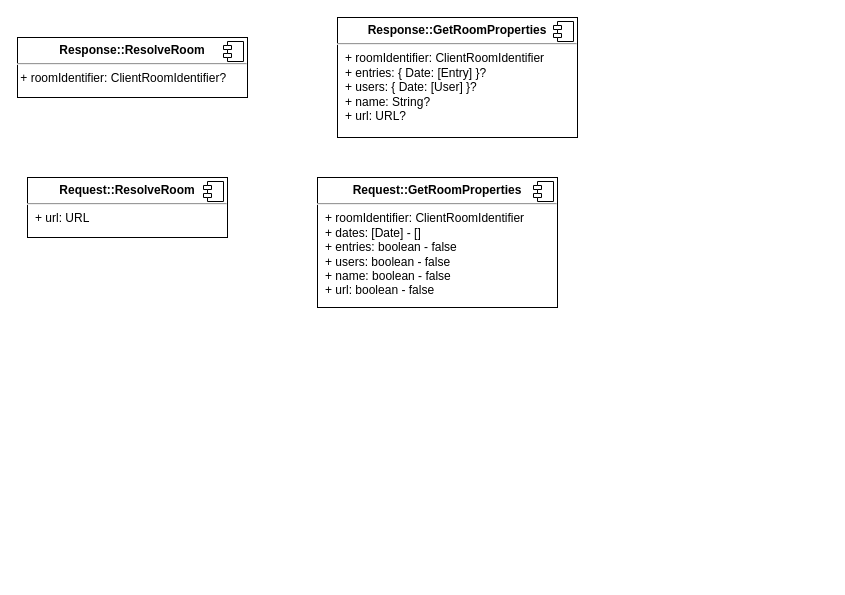
Earlier version of the draw.io diagram room-protocol.drawio (felixnaredi/situps.space). Source tidied: cells renumbered, new cells numbered last; positions are measured from the earlier drawing's top-left corner, leaving out a move shared by most shapes. Both pictures are drawn from the tidied source at 100%, with x=0, y=0 at pixel (17, 17).
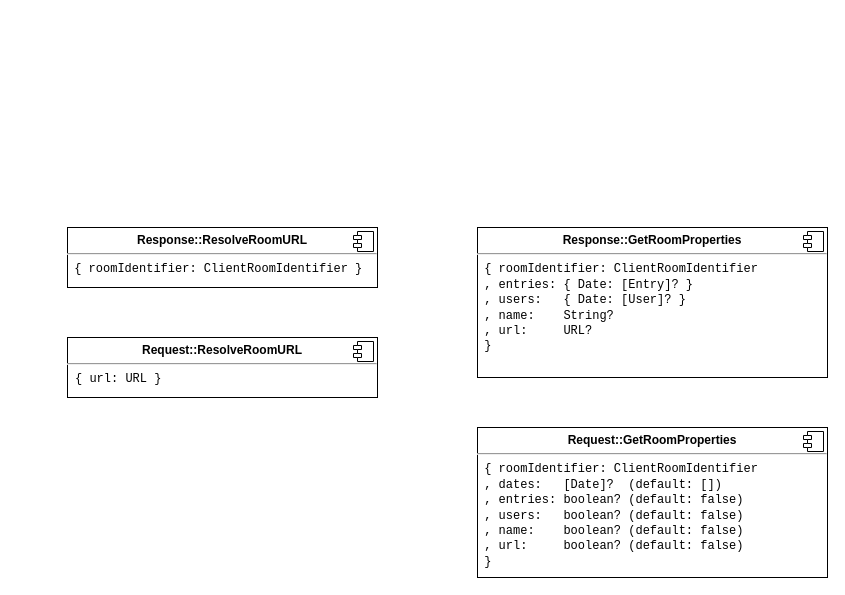
After the change.

What changed in the source:
```diff
@@
 <mxGraphModel>
   <root>
     <mxCell id="0" />
     <mxCell id="1" parent="0" />
-    <mxCell id="2" value="&lt;p style=&quot;margin:0px;margin-top:6px;text-align:center;&quot;&gt;&lt;b&gt;Request::GetRoomProperties&lt;/b&gt;&lt;br&gt;&lt;/p&gt;&lt;hr&gt;&lt;p style=&quot;margin:0px;margin-left:8px;&quot;&gt;+ roomIdentifier: ClientRoomIdentifier&lt;/p&gt;&lt;p style=&quot;margin:0px;margin-left:8px;&quot;&gt;+ dates: [Date] - [] &lt;/p&gt;&lt;p style=&quot;margin:0px;margin-left:8px;&quot;&gt;+ entries: boolean - false&lt;br&gt;&lt;/p&gt;&lt;p style=&quot;margin:0px;margin-left:8px;&quot;&gt;+ users: boolean - false&lt;br&gt;&lt;/p&gt;&lt;p style=&quot;margin:0px;margin-left:8px;&quot;&gt;+ name: boolean - false&lt;br&gt;&lt;/p&gt;&lt;p style=&quot;margin:0px;margin-left:8px;&quot;&gt;+ url: boolean - false&lt;br&gt;&lt;/p&gt;" style="align=left;overflow=fill;html=1;whiteSpace=wrap;" parent="1" vertex="1">
-      <mxGeometry x="300" y="160" width="240" height="130" as="geometry" />
+    <mxCell id="2" value="&lt;p style=&quot;margin:0px;margin-top:6px;text-align:center;&quot;&gt;&lt;b&gt;Request::GetRoomProperties&lt;/b&gt;&lt;br&gt;&lt;/p&gt;&lt;hr&gt;&lt;div&gt;&lt;font face=&quot;Courier New&quot;&gt;&amp;nbsp;{ roomIdentifier: ClientRoomIdentifier&lt;/font&gt;&lt;/div&gt;&lt;div&gt;&lt;font face=&quot;Courier New&quot;&gt;&amp;nbsp;, dates:&amp;nbsp;&amp;nbsp; [Date]?&amp;nbsp; (default: [])&lt;br&gt;&lt;/font&gt;&lt;/div&gt;&lt;div&gt;&lt;font face=&quot;Courier New&quot;&gt;&amp;nbsp;, entries: boolean? (default: false)&lt;br&gt;&lt;/font&gt;&lt;/div&gt;&lt;div&gt;&lt;font face=&quot;Courier New&quot;&gt;&amp;nbsp;, users:&amp;nbsp;&amp;nbsp; boolean? (default: false)&lt;br&gt;&lt;/font&gt;&lt;/div&gt;&lt;div&gt;&lt;font face=&quot;Courier New&quot;&gt;&amp;nbsp;, name:&amp;nbsp;&amp;nbsp;&amp;nbsp; boolean? (default: false)&lt;br&gt;&lt;/font&gt;&lt;/div&gt;&lt;div&gt;&lt;font face=&quot;Courier New&quot;&gt;&amp;nbsp;, url:&amp;nbsp;&amp;nbsp;&amp;nbsp;&amp;nbsp; boolean? (default: false)&lt;br&gt;&lt;/font&gt;&lt;/div&gt;&lt;div&gt;&lt;font face=&quot;Courier New&quot;&gt;&amp;nbsp;}&lt;br&gt;&lt;/font&gt;&lt;/div&gt;" style="align=left;overflow=fill;html=1;whiteSpace=wrap;" parent="1" vertex="1">
+      <mxGeometry x="460" y="410" width="350" height="150" as="geometry" />
     </mxCell>
     <mxCell id="3" style="shape=component;jettyWidth=8;jettyHeight=4;" parent="2" vertex="1">
       <mxGeometry x="1" width="20" height="20" relative="1" as="geometry">
         <mxPoint x="-24" y="4" as="offset" />
       </mxGeometry>
     </mxCell>
-    <mxCell id="4" value="&lt;p style=&quot;margin:0px;margin-top:6px;text-align:center;&quot;&gt;&lt;b&gt;Request::ResolveRoom&lt;/b&gt;&lt;br&gt;&lt;/p&gt;&lt;hr&gt;&lt;p style=&quot;margin:0px;margin-left:8px;&quot;&gt;+ url: URL&lt;br&gt;&lt;/p&gt;" style="align=left;overflow=fill;html=1;whiteSpace=wrap;" parent="1" vertex="1">
-      <mxGeometry x="10" y="160" width="200" height="60" as="geometry" />
+    <mxCell id="4" value="&lt;p style=&quot;margin:0px;margin-top:6px;text-align:center;&quot;&gt;&lt;b&gt;Request::ResolveRoomURL&lt;/b&gt;&lt;br&gt;&lt;/p&gt;&lt;hr&gt;&lt;p style=&quot;margin:0px;margin-left:8px;&quot;&gt;&lt;font face=&quot;Courier New&quot;&gt;{ url: URL }&lt;/font&gt;&lt;br&gt;&lt;/p&gt;" style="align=left;overflow=fill;html=1;whiteSpace=wrap;" parent="1" vertex="1">
+      <mxGeometry x="50" y="320" width="310" height="60" as="geometry" />
     </mxCell>
     <mxCell id="5" style="shape=component;jettyWidth=8;jettyHeight=4;" parent="4" vertex="1">
       <mxGeometry x="1" width="20" height="20" relative="1" as="geometry">
         <mxPoint x="-24" y="4" as="offset" />
       </mxGeometry>
     </mxCell>
-    <mxCell id="6" value="&lt;p style=&quot;margin:0px;margin-top:6px;text-align:center;&quot;&gt;&lt;b&gt;Response::ResolveRoom&lt;/b&gt;&lt;br&gt;&lt;/p&gt;&lt;hr&gt;&amp;nbsp;+ roomIdentifier: ClientRoomIdentifier?" style="align=left;overflow=fill;html=1;whiteSpace=wrap;" parent="1" vertex="1">
-      <mxGeometry y="20" width="230" height="60" as="geometry" />
+    <mxCell id="6" value="&lt;p style=&quot;margin:0px;margin-top:6px;text-align:center;&quot;&gt;&lt;b&gt;Response::ResolveRoomURL&lt;/b&gt;&lt;br&gt;&lt;/p&gt;&lt;hr&gt;&lt;font face=&quot;Courier New&quot;&gt;&amp;nbsp;{ roomIdentifier: ClientRoomIdentifier }&lt;/font&gt;" style="align=left;overflow=fill;html=1;whiteSpace=wrap;" parent="1" vertex="1">
+      <mxGeometry x="50" y="210" width="310" height="60" as="geometry" />
     </mxCell>
     <mxCell id="7" style="shape=component;jettyWidth=8;jettyHeight=4;" parent="6" vertex="1">
       <mxGeometry x="1" width="20" height="20" relative="1" as="geometry">
         <mxPoint x="-24" y="4" as="offset" />
       </mxGeometry>
     </mxCell>
-    <mxCell id="8" value="&lt;p style=&quot;margin:0px;margin-top:6px;text-align:center;&quot;&gt;&lt;b&gt;Response::GetRoomProperties&lt;/b&gt;&lt;br&gt;&lt;/p&gt;&lt;hr&gt;&lt;p style=&quot;margin:0px;margin-left:8px;&quot;&gt;+ roomIdentifier: ClientRoomIdentifier&lt;/p&gt;&lt;p style=&quot;margin:0px;margin-left:8px;&quot;&gt;+ entries: { Date: [Entry] }?&lt;/p&gt;&lt;p style=&quot;margin:0px;margin-left:8px;&quot;&gt;+ users: { Date: [User] }?&lt;/p&gt;&lt;p style=&quot;margin:0px;margin-left:8px;&quot;&gt;+ name: String?&lt;/p&gt;&lt;p style=&quot;margin:0px;margin-left:8px;&quot;&gt;+ url: URL?&lt;br&gt;&lt;/p&gt;" style="align=left;overflow=fill;html=1;whiteSpace=wrap;" parent="1" vertex="1">
-      <mxGeometry x="320" width="240" height="120" as="geometry" />
-    </mxCell>
-    <mxCell id="9" style="shape=component;jettyWidth=8;jettyHeight=4;" parent="8" vertex="1">
-      <mxGeometry x="1" width="20" height="20" relative="1" as="geometry">
-        <mxPoint x="-24" y="4" as="offset" />
-      </mxGeometry>
-    </mxCell>
-    <mxCell id="10" style="edgeStyle=orthogonalEdgeStyle;rounded=0;orthogonalLoop=1;jettySize=auto;html=1;exitX=0.5;exitY=1;exitDx=0;exitDy=0;" parent="1" edge="1" source="8" target="8">
-      <mxGeometry relative="1" as="geometry" />
+    <mxCell id="10" style="edgeStyle=orthogonalEdgeStyle;rounded=0;orthogonalLoop=1;jettySize=auto;html=1;exitX=0.5;exitY=1;exitDx=0;exitDy=0;" parent="1" edge="1">
+      <mxGeometry relative="1" as="geometry">
+        <mxPoint x="650" y="360" as="sourcePoint" />
+        <mxPoint x="650" y="360" as="targetPoint" />
+      </mxGeometry>
     </mxCell>
+    <mxCell id="11" value="&lt;p style=&quot;margin:0px;margin-top:6px;text-align:center;&quot;&gt;&lt;b&gt;Response::GetRoomProperties&lt;/b&gt;&lt;br&gt;&lt;/p&gt;&lt;hr&gt;&lt;div&gt;&lt;font face=&quot;Courier New&quot;&gt;&amp;nbsp;{ roomIdentifier: ClientRoomIdentifier&lt;/font&gt;&lt;/div&gt;&lt;div&gt;&lt;font face=&quot;Courier New&quot;&gt;&amp;nbsp;, entries: { Date: [Entry]? }&lt;br&gt;&lt;/font&gt;&lt;/div&gt;&lt;div&gt;&lt;font face=&quot;Courier New&quot;&gt;&amp;nbsp;, users:&amp;nbsp;&amp;nbsp; { Date: [User]? }&lt;br&gt;&lt;/font&gt;&lt;/div&gt;&lt;div&gt;&lt;font face=&quot;Courier New&quot;&gt;&amp;nbsp;, name:&amp;nbsp;&amp;nbsp;&amp;nbsp; String?&lt;/font&gt;&lt;/div&gt;&lt;div&gt;&lt;font face=&quot;Courier New&quot;&gt;&amp;nbsp;, url:&amp;nbsp;&amp;nbsp;&amp;nbsp;&amp;nbsp; URL?&lt;br&gt;&lt;/font&gt;&lt;/div&gt;&lt;div&gt;&lt;font face=&quot;Courier New&quot;&gt;&amp;nbsp;}&lt;br&gt;&lt;/font&gt;&lt;/div&gt;" style="align=left;overflow=fill;html=1;whiteSpace=wrap;" parent="1" vertex="1">
+      <mxGeometry x="460" y="210" width="350" height="150" as="geometry" />
+    </mxCell>
+    <mxCell id="12" style="shape=component;jettyWidth=8;jettyHeight=4;" parent="11" vertex="1">
+      <mxGeometry x="1" width="20" height="20" relative="1" as="geometry">
+        <mxPoint x="-24" y="4" as="offset" />
+      </mxGeometry>
+    </mxCell>
   </root>
 </mxGraphModel>
```
